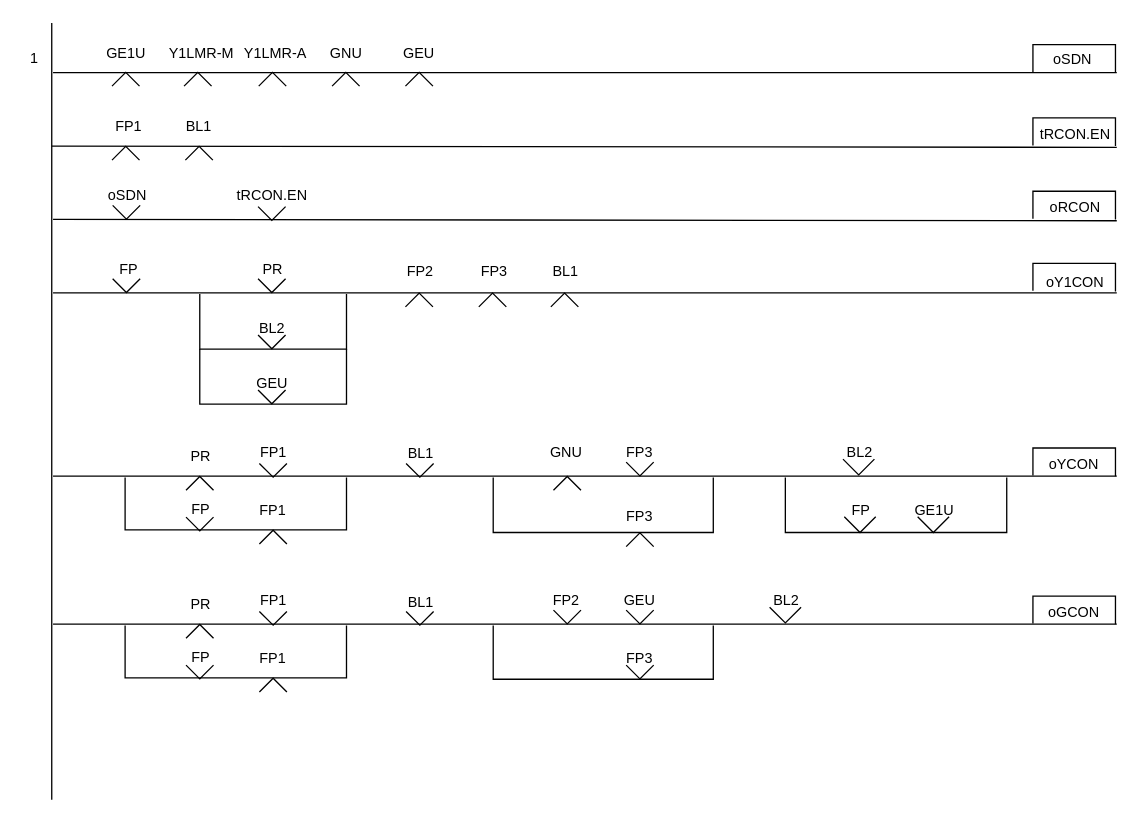
Earlier version of the draw.io diagram page "신호현시로직" (2 of 6) of Untitled Diagram.drawio (chillin2/MyDraw.io). Source tidied: cells renumbered, new cells numbered last; positions are measured from the earlier drawing's top-left corner, leaving out a move shared by most shapes. Both pictures are drawn from the tidied source at 131%, with x=0, y=0 at pixel (22, 22).
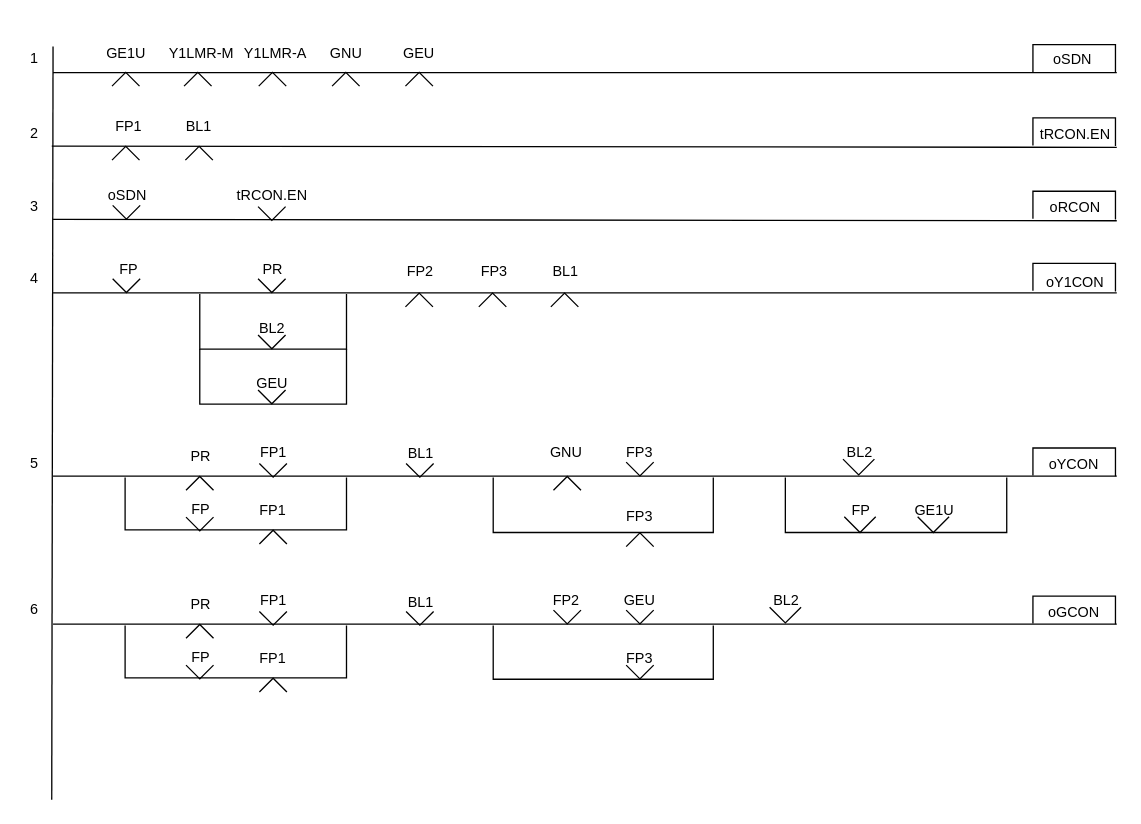
Above is the later version.

What changed in the source:
```diff
@@
     <mxCell id="4" style="endArrow=none;html=1;rounded=0;" parent="1" edge="1">
       <mxGeometry relative="1" as="geometry">
         <mxPoint x="22" y="593" as="sourcePoint" />
-        <mxPoint x="22" as="targetPoint" />
+        <mxPoint x="23" y="18" as="targetPoint" />
       </mxGeometry>
     </mxCell>
@@
+    <mxCell id="101" value="2" style="text;html=1;strokeColor=none;fillColor=none;align=center;verticalAlign=middle;whiteSpace=wrap;rounded=0;fontFamily=Helvetica;fontSize=11;fontColor=default;" parent="1" vertex="1">
+      <mxGeometry y="76" width="18" height="16" as="geometry" />
+    </mxCell>
+    <mxCell id="102" value="3" style="text;html=1;strokeColor=none;fillColor=none;align=center;verticalAlign=middle;whiteSpace=wrap;rounded=0;fontFamily=Helvetica;fontSize=11;fontColor=default;" parent="1" vertex="1">
+      <mxGeometry y="132" width="18" height="16" as="geometry" />
+    </mxCell>
+    <mxCell id="103" value="4" style="text;html=1;strokeColor=none;fillColor=none;align=center;verticalAlign=middle;whiteSpace=wrap;rounded=0;fontFamily=Helvetica;fontSize=11;fontColor=default;" parent="1" vertex="1">
+      <mxGeometry y="187" width="18" height="16" as="geometry" />
+    </mxCell>
+    <mxCell id="104" value="5" style="text;html=1;strokeColor=none;fillColor=none;align=center;verticalAlign=middle;whiteSpace=wrap;rounded=0;fontFamily=Helvetica;fontSize=11;fontColor=default;" parent="1" vertex="1">
+      <mxGeometry y="328" width="18" height="16" as="geometry" />
+    </mxCell>
+    <mxCell id="105" value="6" style="text;html=1;strokeColor=none;fillColor=none;align=center;verticalAlign=middle;whiteSpace=wrap;rounded=0;fontFamily=Helvetica;fontSize=11;fontColor=default;" parent="1" vertex="1">
+      <mxGeometry y="440" width="18" height="16" as="geometry" />
+    </mxCell>
```
